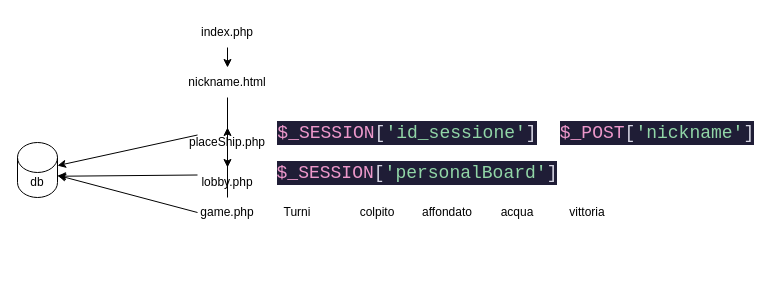
Before: BattelShip/schema.dio in pacchio1/ITS_PHP, a draw.io diagram. Source tidied: cells renumbered, new cells numbered last; positions are measured from the earlier drawing's top-left corner, leaving out a move shared by most shapes. Both pictures are drawn from the tidied source at 100%, with x=0, y=0 at pixel (17, 17).
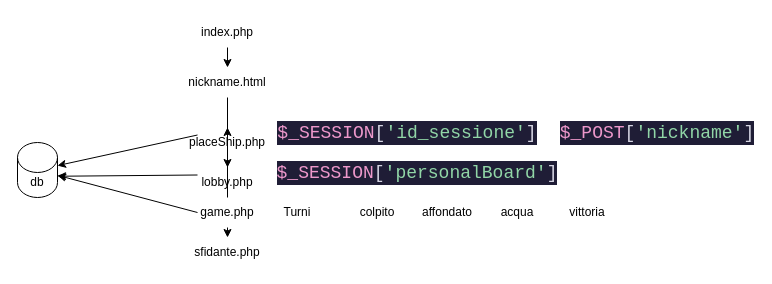
The same page after the edit.

Unchanged cells that the change refers to:
```xml
<mxCell id="12" value="game.php" style="text;html=1;strokeColor=none;fillColor=none;align=center;verticalAlign=middle;whiteSpace=wrap;rounded=0;" parent="1" vertex="1">
  <mxGeometry x="180" y="180" width="60" height="30" as="geometry" />
</mxCell>
```

Diff of the diagram source:
```diff
@@
+    <mxCell id="24" style="edgeStyle=none;html=1;exitX=0.5;exitY=1;exitDx=0;exitDy=0;entryX=0.5;entryY=0;entryDx=0;entryDy=0;" parent="1" edge="1" source="12" target="25">
+      <mxGeometry relative="1" as="geometry" />
+    </mxCell>
@@
+    <mxCell id="25" value="sfidante.php" style="text;html=1;strokeColor=none;fillColor=none;align=center;verticalAlign=middle;whiteSpace=wrap;rounded=0;" parent="1" vertex="1">
+      <mxGeometry x="180" y="220" width="60" height="30" as="geometry" />
+    </mxCell>
```
